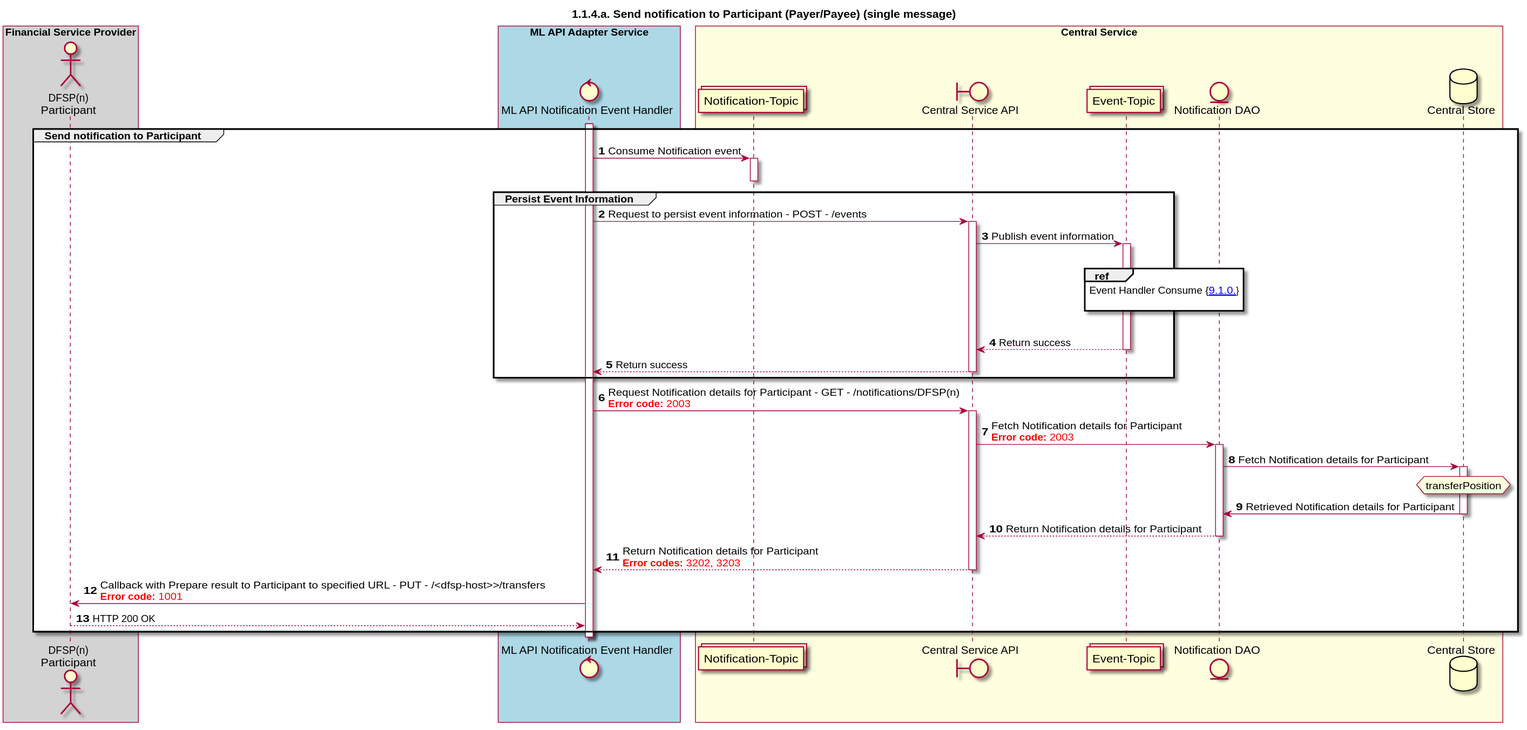
ggrg/docs keeps this PlantUML diagram as Diagrams/SequenceDiagrams/seq-prepare-1.1.4.a.svg. Above is the earlier version. The source it was exported from:
```plantuml
@startuml
title 1.1.4.a. Send notification to Participant (Payer/Payee) (single message)

autonumber


actor "DFSP(n)\nParticipant" as DFSP
control "ML API Notification Event Handler" as NOTIFY_HANDLER
boundary "Central Service API" as CSAPI
collections "Notification-Topic" as TOPIC_NOTIFICATIONS
collections "Event-Topic" as TOPIC_EVENTS
entity "Notification DAO" as NOTIFY_DAO
database "Central Store" as DB

box "Financial Service Provider" #lightGray
	participant DFSP
end box

box "ML API Adapter Service" #LightBlue
	participant NOTIFY_HANDLER
end box

box "Central Service" #LightYellow
participant TOPIC_NOTIFICATIONS
    participant CSAPI
    participant TOPIC_EVENTS
    participant NOTIFY_DAO
    participant DB
end box

activate NOTIFY_HANDLER
group Send notification to Participant
    TOPIC_NOTIFICATIONS <- NOTIFY_HANDLER: Consume Notification event
    activate TOPIC_NOTIFICATIONS
    deactivate TOPIC_NOTIFICATIONS

    group Persist Event Information
        NOTIFY_HANDLER -> CSAPI: Request to persist event information - POST - /events
        activate CSAPI
        CSAPI -> TOPIC_EVENTS: Publish event information
        activate TOPIC_EVENTS
        |||
        ref over TOPIC_EVENTS :  Event Handler Consume {[[https://github.com/mojaloop/docs/blob/develop/CentralServices/seq_diagrams/seq-event-9.1.0.svg 9.1.0.]]} \n
        |||
        TOPIC_EVENTS --> CSAPI: Return success
        deactivate TOPIC_EVENTS
        CSAPI --> NOTIFY_HANDLER: Return success
        deactivate CSAPI
    end
    NOTIFY_HANDLER -> CSAPI: Request Notification details for Participant - GET - /notifications/DFSP(n)\n<color #FF0000><b>Error code:</b> 2003</color>
    activate CSAPI
    CSAPI -> NOTIFY_DAO: Fetch Notification details for Participant\n<color #FF0000><b>Error code:</b> 2003</color>
    activate NOTIFY_DAO
    NOTIFY_DAO -> DB: Fetch Notification details for Participant
    activate DB
    hnote over DB #lightyellow
        transferPosition
    end note
    DB -> NOTIFY_DAO: Retrieved Notification details for Participant
    deactivate DB
    NOTIFY_DAO --> CSAPI: Return Notification details for Participant
    deactivate NOTIFY_DAO
    CSAPI --> NOTIFY_HANDLER: Return Notification details for Participant\n<color #FF0000><b>Error codes:</b> 3202, 3203</color>
    deactivate CSAPI
    NOTIFY_HANDLER -> DFSP: Callback with Prepare result to Participant to specified URL - PUT - /<dfsp-host>>/transfers\n<color #FF0000><b>Error code:</b> 1001</color>
    NOTIFY_HANDLER <-- DFSP: HTTP 200 OK
end
deactivate NOTIFY_HANDLER
@enduml
```
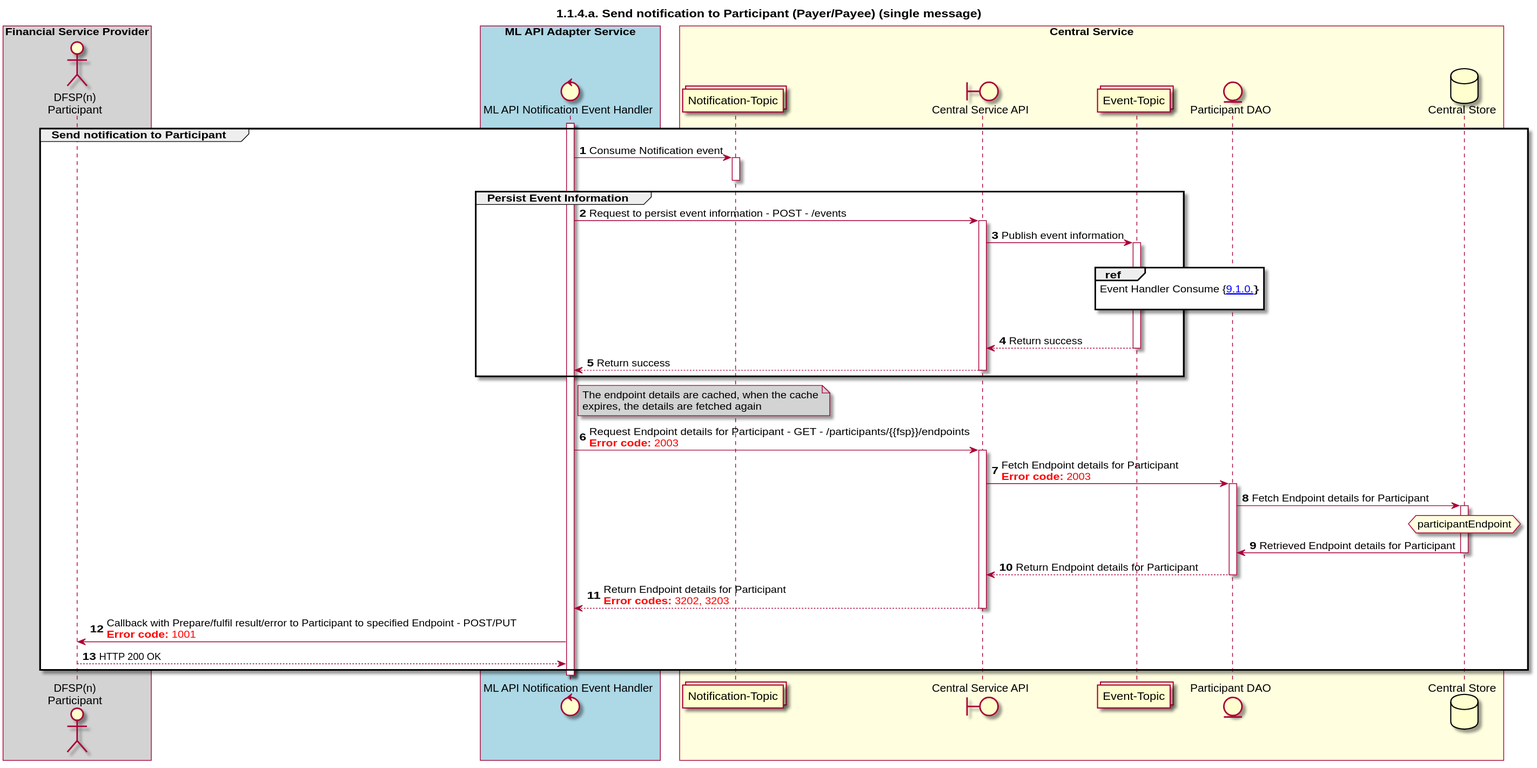
The same file after the commit.

Commit message:
updated the seq diagram for notification callback (#101)

* updated the diagram for notification callback

* moved the note

Diff of the diagram source:
```diff
@@ -1,4 +1,6 @@
 @startuml
+
+
 title 1.1.4.a. Send notification to Participant (Payer/Payee) (single message)
 
 autonumber
@@ -9,7 +11,7 @@
 boundary "Central Service API" as CSAPI
 collections "Notification-Topic" as TOPIC_NOTIFICATIONS
 collections "Event-Topic" as TOPIC_EVENTS
-entity "Notification DAO" as NOTIFY_DAO
+entity "Participant DAO" as PARTICIPANT_DAO
 database "Central Store" as DB
 
 box "Financial Service Provider" #lightGray
@@ -24,7 +26,7 @@
 participant TOPIC_NOTIFICATIONS
     participant CSAPI
     participant TOPIC_EVENTS
-    participant NOTIFY_DAO
+    participant PARTICIPANT_DAO
     participant DB
 end box
 
@@ -47,22 +49,27 @@
         CSAPI --> NOTIFY_HANDLER: Return success
         deactivate CSAPI
     end
-    NOTIFY_HANDLER -> CSAPI: Request Notification details for Participant - GET - /notifications/DFSP(n)\n<color #FF0000><b>Error code:</b> 2003</color>
+    note right of NOTIFY_HANDLER #lightgray
+        The endpoint details are cached, when the cache
+        expires, the details are fetched again
+    end note
+    NOTIFY_HANDLER -> CSAPI: Request Endpoint details for Participant - GET - /participants/{{fsp}}/endpoints\n<color #FF0000><b>Error code:</b> 2003</color>
+
     activate CSAPI
-    CSAPI -> NOTIFY_DAO: Fetch Notification details for Participant\n<color #FF0000><b>Error code:</b> 2003</color>
-    activate NOTIFY_DAO
-    NOTIFY_DAO -> DB: Fetch Notification details for Participant
+    CSAPI -> PARTICIPANT_DAO: Fetch Endpoint details for Participant\n<color #FF0000><b>Error code:</b> 2003</color>
+    activate PARTICIPANT_DAO
+    PARTICIPANT_DAO -> DB: Fetch Endpoint details for Participant
     activate DB
     hnote over DB #lightyellow
-        transferPosition
+        participantEndpoint
     end note
-    DB -> NOTIFY_DAO: Retrieved Notification details for Participant
+    DB -> PARTICIPANT_DAO: Retrieved Endpoint details for Participant
     deactivate DB
-    NOTIFY_DAO --> CSAPI: Return Notification details for Participant
-    deactivate NOTIFY_DAO
-    CSAPI --> NOTIFY_HANDLER: Return Notification details for Participant\n<color #FF0000><b>Error codes:</b> 3202, 3203</color>
+    PARTICIPANT_DAO --> CSAPI: Return Endpoint details for Participant
+    deactivate PARTICIPANT_DAO
+    CSAPI --> NOTIFY_HANDLER: Return Endpoint details for Participant\n<color #FF0000><b>Error codes:</b> 3202, 3203</color>
     deactivate CSAPI
-    NOTIFY_HANDLER -> DFSP: Callback with Prepare result to Participant to specified URL - PUT - /<dfsp-host>>/transfers\n<color #FF0000><b>Error code:</b> 1001</color>
+    NOTIFY_HANDLER -> DFSP: Callback with Prepare/fulfil result/error to Participant to specified Endpoint - POST/PUT \n<color #FF0000><b>Error code:</b> 1001</color>
     NOTIFY_HANDLER <-- DFSP: HTTP 200 OK
 end
 deactivate NOTIFY_HANDLER
```
